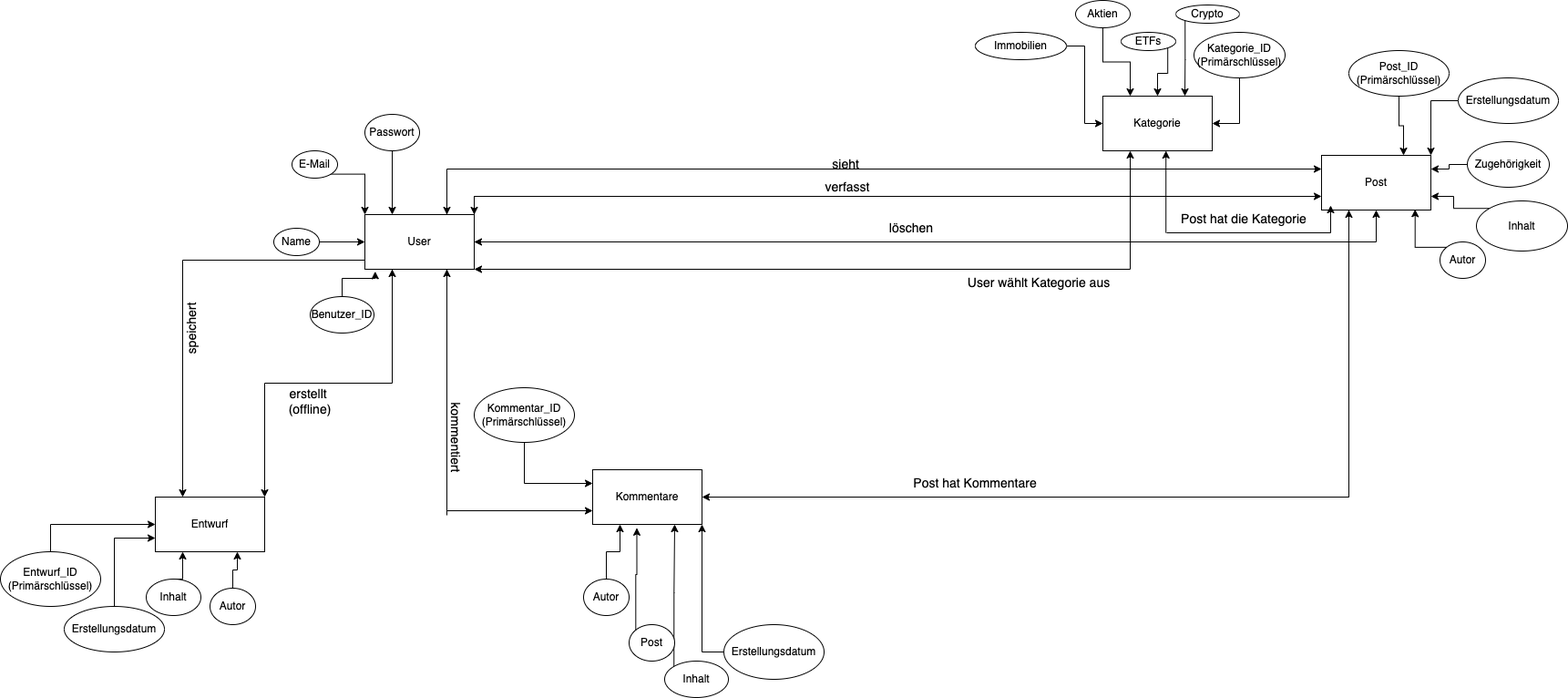
Above: Verbesserte ER-Diagramm Softwareprojekt.drawio.png in NDA2004/Kuchen (draw.io), before the change. Source tidied: cells renumbered, new cells last; positions are measured from the earlier drawing's top-left corner, leaving out a move shared by most shapes.
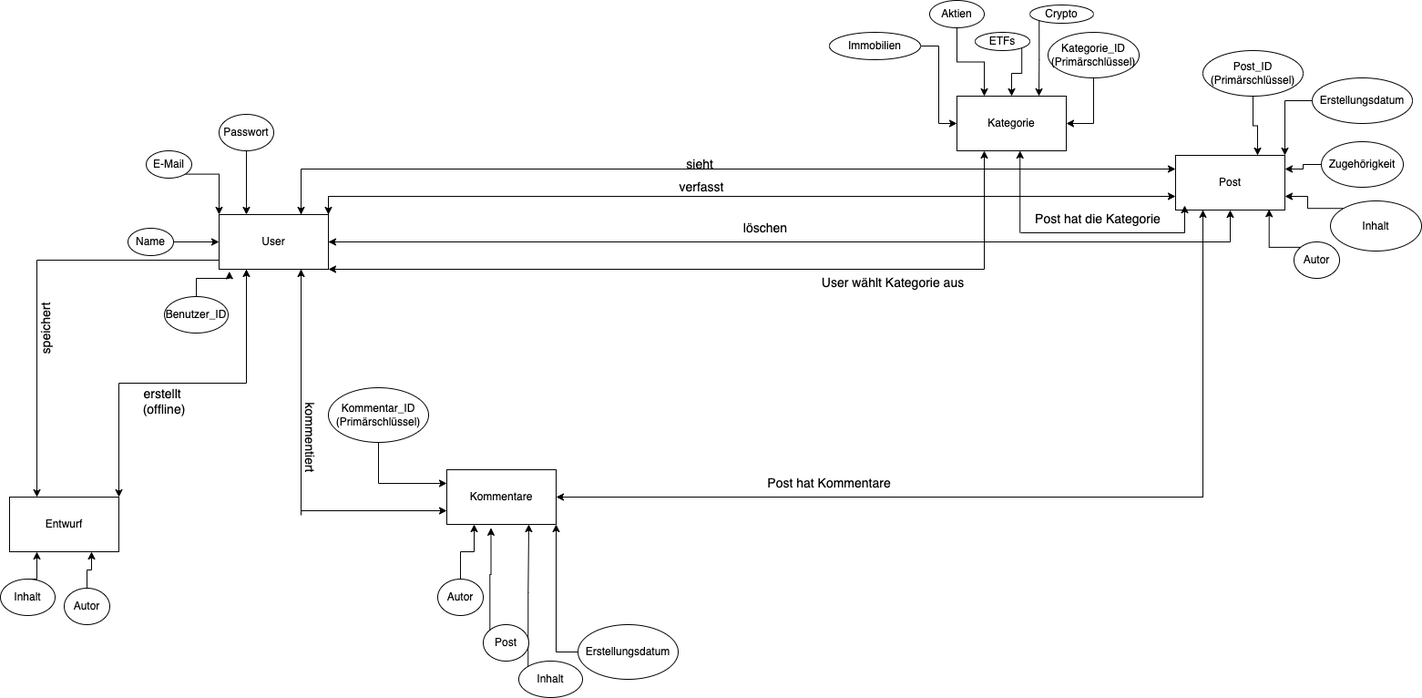
The same file after the commit.

Change to the diagram source:
```diff
@@ -134,12 +134,6 @@
     <mxCell id="42" value="Inhalt" style="ellipse;whiteSpace=wrap;html=1;" parent="1" vertex="1">
       <mxGeometry x="729" y="725" width="70" height="40" as="geometry" />
     </mxCell>
-    <mxCell id="43" style="edgeStyle=orthogonalEdgeStyle;rounded=0;jettySize=auto;html=1;exitX=0.5;exitY=0;exitDx=0;exitDy=0;entryX=0;entryY=0.75;entryDx=0;entryDy=0;" parent="1" edge="1" source="44" target="48">
-      <mxGeometry relative="1" as="geometry" />
-    </mxCell>
-    <mxCell id="44" value="Erstellungsdatum" style="ellipse;whiteSpace=wrap;html=1;" parent="1" vertex="1">
-      <mxGeometry x="70" y="665" width="110" height="50" as="geometry" />
-    </mxCell>
     <mxCell id="45" style="edgeStyle=orthogonalEdgeStyle;rounded=0;jettySize=auto;html=1;exitX=0.5;exitY=0;exitDx=0;exitDy=0;entryX=0.25;entryY=1;entryDx=0;entryDy=0;" parent="1" edge="1" source="46" target="38">
       <mxGeometry relative="1" as="geometry" />
     </mxCell>
@@ -152,12 +146,6 @@
     <mxCell id="48" value="Entwurf" style="rounded=0;whiteSpace=wrap;html=1;" parent="1" vertex="1">
       <mxGeometry x="170" y="545" width="120" height="60" as="geometry" />
     </mxCell>
-    <mxCell id="49" style="edgeStyle=orthogonalEdgeStyle;rounded=0;jettySize=auto;html=1;exitX=0.5;exitY=0;exitDx=0;exitDy=0;entryX=0;entryY=0.5;entryDx=0;entryDy=0;" parent="1" edge="1" source="50" target="48">
-      <mxGeometry relative="1" as="geometry" />
-    </mxCell>
-    <mxCell id="50" value="Entwurf_ID&lt;br&gt;(Primärschlüssel)" style="ellipse;whiteSpace=wrap;html=1;" parent="1" vertex="1">
-      <mxGeometry y="605" width="110" height="60" as="geometry" />
-    </mxCell>
     <mxCell id="51" style="edgeStyle=orthogonalEdgeStyle;rounded=0;jettySize=auto;html=1;exitX=0.5;exitY=0;exitDx=0;exitDy=0;entryX=0.25;entryY=1;entryDx=0;entryDy=0;" parent="1" edge="1" source="52" target="48">
       <mxGeometry relative="1" as="geometry" />
     </mxCell>
```
